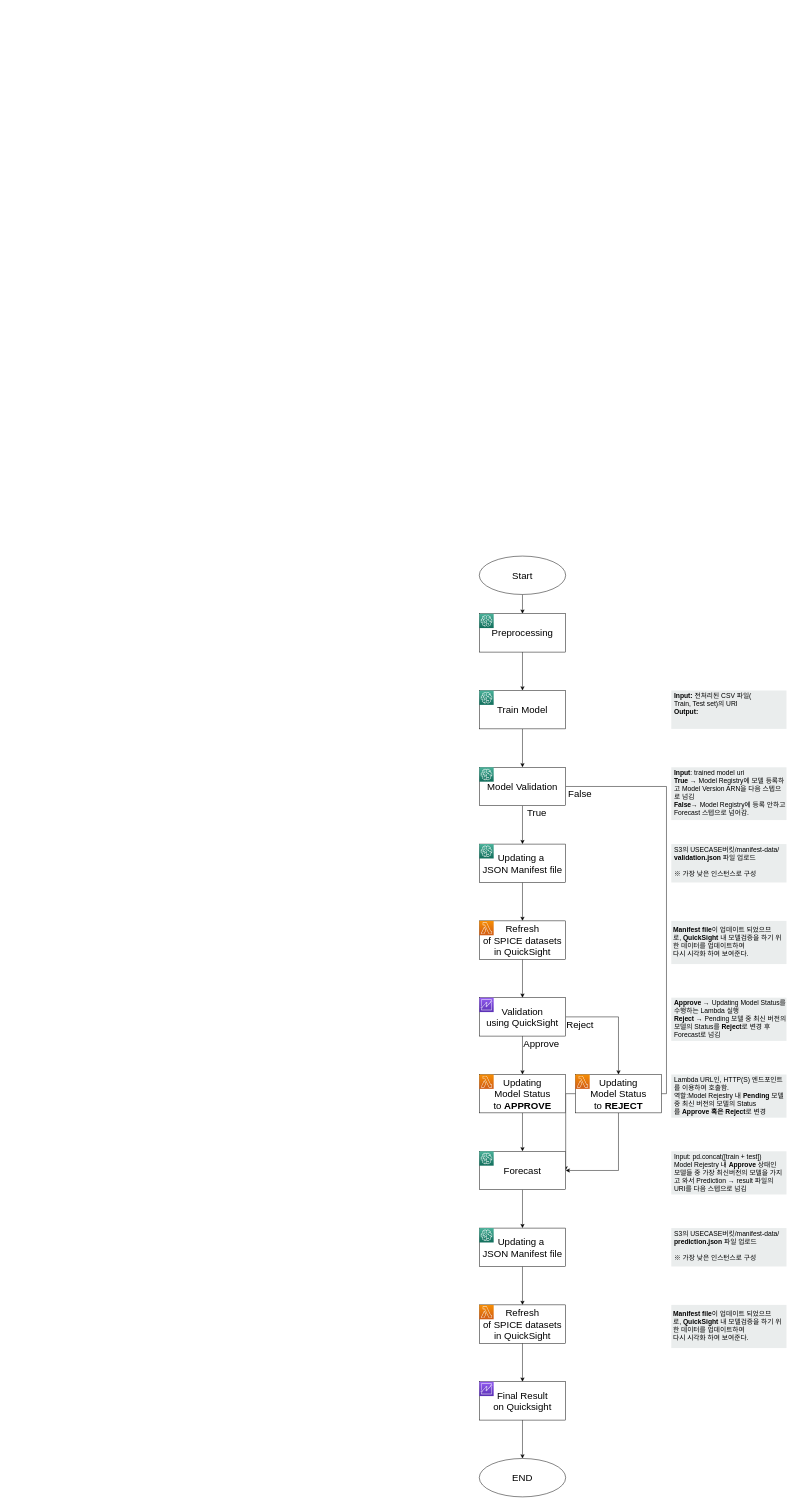
Above: page "Prediction Flow" (7 of 10) of Forecast Diagram.drawio in gwangjinjeong/System-Diagram (draw.io), before the change. Source tidied: cells renumbered, new cells numbered last; positions are measured from the earlier drawing's top-left corner, leaving out a move shared by most shapes. Both pictures are drawn from the tidied source at 48%, with x=0, y=0 at pixel (479, 556).
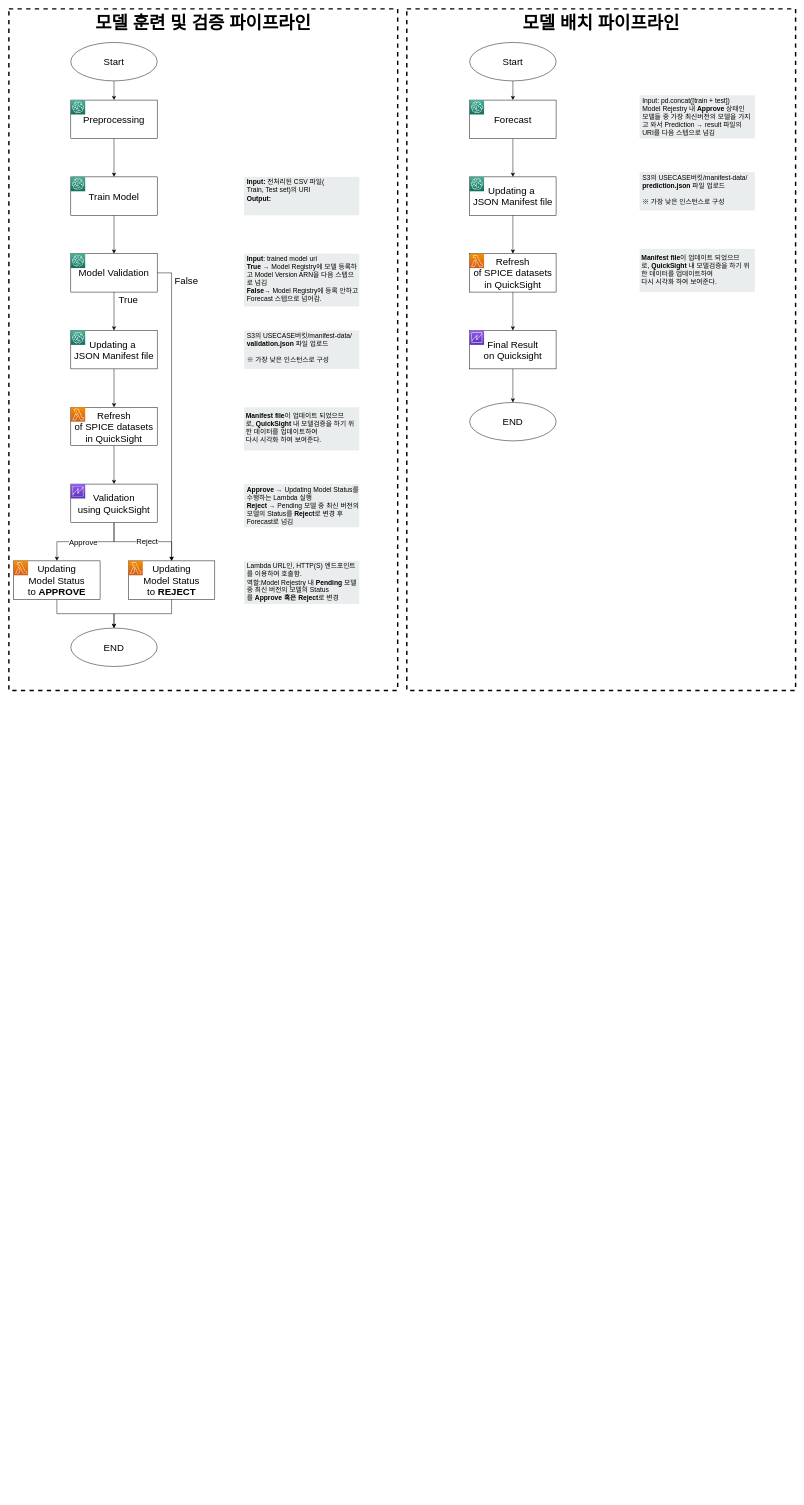
The same page after the edit.

Commit message:
Flow chart 수정

What changed in the source:
```diff
@@
+    <mxCell id="74" value="모델 배치 파이프라인" style="fillColor=none;strokeColor=#000000;dashed=1;verticalAlign=top;fontStyle=1;fontColor=#000000;fontSize=37;strokeWidth=3;" parent="1" vertex="1">
+      <mxGeometry x="-151" y="-1140" width="810" height="1420" as="geometry" />
+    </mxCell>
+    <mxCell id="75" value="모델 훈련 및 검증 파이프라인" style="fillColor=none;strokeColor=#000000;dashed=1;verticalAlign=top;fontStyle=1;fontColor=#000000;fontSize=37;strokeWidth=3;" parent="1" vertex="1">
+      <mxGeometry x="-980" y="-1140" width="810" height="1420" as="geometry" />
+    </mxCell>
@@
     <mxCell id="3" value="&lt;font style=&quot;font-size: 20px;&quot;&gt;Start&lt;/font&gt;" style="ellipse;whiteSpace=wrap;html=1;" parent="1" vertex="1">
-      <mxGeometry width="180" height="80" as="geometry" />
+      <mxGeometry x="-851" y="-1070" width="180" height="80" as="geometry" />
     </mxCell>
@@
     <mxCell id="5" value="&lt;font style=&quot;font-size: 20px;&quot;&gt;Preprocessing&lt;/font&gt;" style="rounded=0;whiteSpace=wrap;html=1;" parent="1" vertex="1">
-      <mxGeometry y="120" width="180" height="80" as="geometry" />
+      <mxGeometry x="-851" y="-950" width="180" height="80" as="geometry" />
     </mxCell>
     <mxCell id="6" style="sketch=0;fontColor=#232F3E;gradientColor=#4AB29A;gradientDirection=north;fillColor=#116D5B;strokeColor=#ffffff;dashed=0;verticalLabelPosition=bottom;verticalAlign=top;align=center;html=1;fontSize=12;fontStyle=0;shape=mxgraph.aws4.resourceIcon;resIcon=mxgraph.aws4.sagemaker;" parent="1" vertex="1">
-      <mxGeometry y="120" width="30" height="30" as="geometry" />
+      <mxGeometry x="-851" y="-950" width="30" height="30" as="geometry" />
     </mxCell>
@@
     <mxCell id="8" value="&lt;font style=&quot;font-size: 20px;&quot;&gt;Train Model&lt;/font&gt;" style="rounded=0;whiteSpace=wrap;html=1;" parent="1" vertex="1">
-      <mxGeometry y="280" width="180" height="80" as="geometry" />
+      <mxGeometry x="-851" y="-790" width="180" height="80" as="geometry" />
     </mxCell>
     <mxCell id="9" style="sketch=0;fontColor=#232F3E;gradientColor=#4AB29A;gradientDirection=north;fillColor=#116D5B;strokeColor=#ffffff;dashed=0;verticalLabelPosition=bottom;verticalAlign=top;align=center;html=1;fontSize=12;fontStyle=0;shape=mxgraph.aws4.resourceIcon;resIcon=mxgraph.aws4.sagemaker;" parent="1" vertex="1">
-      <mxGeometry y="280" width="30" height="30" as="geometry" />
+      <mxGeometry x="-851" y="-790" width="30" height="30" as="geometry" />
     </mxCell>
@@
-    <mxCell id="11" style="edgeStyle=orthogonalEdgeStyle;rounded=0;jettySize=auto;html=1;fontSize=20;entryX=1;entryY=0.5;entryDx=0;entryDy=0;" parent="1" edge="1" source="12" target="20">
-      <mxGeometry relative="1" as="geometry">
-        <Array as="points">
-          <mxPoint x="390" y="480" />
-          <mxPoint x="390" y="1120" />
-        </Array>
-      </mxGeometry>
-    </mxCell>
+    <mxCell id="76" style="edgeStyle=orthogonalEdgeStyle;rounded=0;jettySize=auto;html=1;exitX=1;exitY=0.5;exitDx=0;exitDy=0;entryX=0.5;entryY=0;entryDx=0;entryDy=0;fontSize=37;fontColor=#000000;" parent="1" edge="1" source="12" target="53">
+      <mxGeometry relative="1" as="geometry" />
+    </mxCell>
     <mxCell id="12" value="&lt;font style=&quot;font-size: 20px;&quot;&gt;Model Validation&lt;/font&gt;" style="rounded=0;whiteSpace=wrap;html=1;" parent="1" vertex="1">
-      <mxGeometry y="440" width="180" height="80" as="geometry" />
+      <mxGeometry x="-851" y="-630" width="180" height="80" as="geometry" />
     </mxCell>
     <mxCell id="13" style="sketch=0;fontColor=#232F3E;gradientColor=#4AB29A;gradientDirection=north;fillColor=#116D5B;strokeColor=#ffffff;dashed=0;verticalLabelPosition=bottom;verticalAlign=top;align=center;html=1;fontSize=12;fontStyle=0;shape=mxgraph.aws4.resourceIcon;resIcon=mxgraph.aws4.sagemaker;" parent="1" vertex="1">
-      <mxGeometry y="440" width="30" height="30" as="geometry" />
+      <mxGeometry x="-851" y="-630" width="30" height="30" as="geometry" />
     </mxCell>
@@
     <mxCell id="15" value="&lt;font style=&quot;font-size: 20px;&quot;&gt;Updating a&amp;nbsp;&lt;br&gt;JSON Manifest file&lt;br&gt;&lt;/font&gt;" style="rounded=0;whiteSpace=wrap;html=1;" parent="1" vertex="1">
-      <mxGeometry y="600" width="180" height="80" as="geometry" />
+      <mxGeometry x="-851" y="-470" width="180" height="80" as="geometry" />
     </mxCell>
-    <mxCell id="16" style="edgeStyle=orthogonalEdgeStyle;rounded=0;jettySize=auto;html=1;entryX=0.5;entryY=0;entryDx=0;entryDy=0;fontSize=20;" parent="1" edge="1" source="18" target="45">
-      <mxGeometry relative="1" as="geometry" />
+    <mxCell id="16" style="edgeStyle=orthogonalEdgeStyle;rounded=0;jettySize=auto;html=1;entryX=0.5;entryY=0;entryDx=0;entryDy=0;fontSize=20;startArrow=none;exitX=0.5;exitY=1;exitDx=0;exitDy=0;" parent="1" edge="1" source="18" target="45">
+      <mxGeometry relative="1" as="geometry">
+        <Array as="points">
+          <mxPoint x="-761" y="-30" />
+          <mxPoint x="-880" y="-30" />
+        </Array>
+      </mxGeometry>
     </mxCell>
+    <mxCell id="51" value="&lt;font style=&quot;font-size: 16px;&quot;&gt;Approve&lt;/font&gt;" style="edgeLabel;html=1;align=center;verticalAlign=middle;" parent="16" vertex="1">
+      <mxGeometry x="-0.2" relative="1" as="geometry">
+        <mxPoint x="-25" as="offset" />
+      </mxGeometry>
+    </mxCell>
-    <mxCell id="17" style="edgeStyle=orthogonalEdgeStyle;rounded=0;jettySize=auto;html=1;entryX=0.5;entryY=0;entryDx=0;entryDy=0;fontSize=20;" parent="1" edge="1" source="18" target="53">
+    <mxCell id="17" style="edgeStyle=orthogonalEdgeStyle;rounded=0;jettySize=auto;html=1;entryX=0.5;entryY=0;entryDx=0;entryDy=0;fontSize=20;startArrow=none;" parent="1" edge="1" source="18" target="53">
       <mxGeometry relative="1" as="geometry" />
     </mxCell>
+    <mxCell id="55" value="Reject" style="edgeLabel;html=1;align=center;verticalAlign=middle;fontSize=16;" parent="17" vertex="1">
+      <mxGeometry x="0.08" y="2" relative="1" as="geometry" />
+    </mxCell>
     <mxCell id="18" value="&lt;font style=&quot;font-size: 20px;&quot;&gt;Validation&lt;br&gt;using QuickSight&lt;br&gt;&lt;/font&gt;" style="rounded=0;whiteSpace=wrap;html=1;" parent="1" vertex="1">
-      <mxGeometry y="920" width="180" height="80" as="geometry" />
+      <mxGeometry x="-851" y="-150" width="180" height="80" as="geometry" />
     </mxCell>
@@
     <mxCell id="20" value="&lt;font style=&quot;font-size: 20px;&quot;&gt;Forecast&lt;br&gt;&lt;/font&gt;" style="rounded=0;whiteSpace=wrap;html=1;" parent="1" vertex="1">
-      <mxGeometry y="1240" width="180" height="80" as="geometry" />
+      <mxGeometry x="-20" y="-950" width="180" height="80" as="geometry" />
     </mxCell>
     <mxCell id="21" style="sketch=0;fontColor=#232F3E;gradientColor=#4AB29A;gradientDirection=north;fillColor=#116D5B;strokeColor=#ffffff;dashed=0;verticalLabelPosition=bottom;verticalAlign=top;align=center;html=1;fontSize=12;fontStyle=0;shape=mxgraph.aws4.resourceIcon;resIcon=mxgraph.aws4.sagemaker;" parent="1" vertex="1">
-      <mxGeometry y="1240" width="30" height="30" as="geometry" />
+      <mxGeometry x="-20" y="-950" width="30" height="30" as="geometry" />
     </mxCell>
@@
     <mxCell id="23" value="&lt;font style=&quot;font-size: 20px;&quot;&gt;Final Result&lt;br&gt;on Quicksight&lt;br&gt;&lt;/font&gt;" style="rounded=0;whiteSpace=wrap;html=1;" parent="1" vertex="1">
-      <mxGeometry y="1720" width="180" height="80" as="geometry" />
+      <mxGeometry x="-20" y="-470" width="180" height="80" as="geometry" />
     </mxCell>
     <mxCell id="24" value="&lt;font style=&quot;font-size: 20px;&quot;&gt;END&lt;/font&gt;" style="ellipse;whiteSpace=wrap;html=1;" parent="1" vertex="1">
-      <mxGeometry y="1880" width="180" height="80" as="geometry" />
+      <mxGeometry x="-20" y="-320" width="180" height="80" as="geometry" />
     </mxCell>
     <mxCell id="25" style="sketch=0;fontColor=#232F3E;gradientColor=#945DF2;gradientDirection=north;fillColor=#5A30B5;strokeColor=#ffffff;dashed=0;verticalLabelPosition=bottom;verticalAlign=top;align=center;html=1;fontSize=12;fontStyle=0;shape=mxgraph.aws4.resourceIcon;resIcon=mxgraph.aws4.quicksight;" parent="1" vertex="1">
-      <mxGeometry y="920" width="30" height="30" as="geometry" />
+      <mxGeometry x="-851" y="-150" width="30" height="30" as="geometry" />
     </mxCell>
     <mxCell id="26" style="sketch=0;fontColor=#232F3E;gradientColor=#945DF2;gradientDirection=north;fillColor=#5A30B5;strokeColor=#ffffff;dashed=0;verticalLabelPosition=bottom;verticalAlign=top;align=center;html=1;fontSize=12;fontStyle=0;shape=mxgraph.aws4.resourceIcon;resIcon=mxgraph.aws4.quicksight;" parent="1" vertex="1">
-      <mxGeometry y="1720" width="30" height="30" as="geometry" />
+      <mxGeometry x="-20" y="-470" width="30" height="30" as="geometry" />
     </mxCell>
     <mxCell id="27" value="True" style="text;html=1;strokeColor=none;fillColor=none;align=center;verticalAlign=middle;whiteSpace=wrap;rounded=0;fontSize=20;" parent="1" vertex="1">
-      <mxGeometry x="90" y="520" width="60" height="30" as="geometry" />
+      <mxGeometry x="-761" y="-550" width="60" height="30" as="geometry" />
     </mxCell>
     <mxCell id="28" style="group;" parent="1" vertex="1">
-      <mxGeometry x="400" y="280" width="240" height="80" as="geometry" />
+      <mxGeometry x="-490" y="-790" width="240" height="80" as="geometry" />
     </mxCell>
@@
     <mxCell id="31" value="False" style="text;html=1;strokeColor=none;fillColor=none;align=center;verticalAlign=middle;whiteSpace=wrap;rounded=0;fontSize=20;" parent="1" vertex="1">
-      <mxGeometry x="180" y="480" width="60" height="30" as="geometry" />
+      <mxGeometry x="-640" y="-590" width="60" height="30" as="geometry" />
     </mxCell>
     <mxCell id="32" style="group;" parent="1" vertex="1">
-      <mxGeometry x="400" y="440" width="240" height="110" as="geometry" />
+      <mxGeometry x="-490" y="-630" width="240" height="110" as="geometry" />
     </mxCell>
@@
     <mxCell id="35" style="group;" parent="1" vertex="1">
-      <mxGeometry x="400" y="600" width="240" height="80" as="geometry" />
+      <mxGeometry x="-490" y="-470" width="240" height="80" as="geometry" />
     </mxCell>
@@
     <mxCell id="38" style="group;" parent="1" vertex="1">
-      <mxGeometry x="400" y="920" width="240" height="90" as="geometry" />
+      <mxGeometry x="-490" y="-150" width="240" height="90" as="geometry" />
     </mxCell>
@@
     <mxCell id="41" style="group;" parent="1" vertex="1">
-      <mxGeometry x="400" y="1080" width="240" height="90" as="geometry" />
+      <mxGeometry x="-490" y="10" width="240" height="90" as="geometry" />
     </mxCell>
@@
-    <mxCell id="44" style="edgeStyle=orthogonalEdgeStyle;rounded=0;jettySize=auto;html=1;entryX=0.5;entryY=0;entryDx=0;entryDy=0;fontSize=20;" parent="1" edge="1" source="45" target="20">
-      <mxGeometry relative="1" as="geometry" />
-    </mxCell>
+    <mxCell id="77" style="edgeStyle=orthogonalEdgeStyle;rounded=0;jettySize=auto;html=1;exitX=0.5;exitY=1;exitDx=0;exitDy=0;" parent="1" edge="1" source="45" target="79">
+      <mxGeometry relative="1" as="geometry" />
+    </mxCell>
     <mxCell id="45" value="&lt;font style=&quot;font-size: 20px;&quot;&gt;Updating&lt;br&gt;Model Status&lt;br&gt;to &lt;b&gt;APPROVE&lt;/b&gt;&lt;br&gt;&lt;/font&gt;" style="rounded=0;whiteSpace=wrap;html=1;" parent="1" vertex="1">
-      <mxGeometry y="1080" width="180" height="80" as="geometry" />
+      <mxGeometry x="-970" y="10" width="180" height="80" as="geometry" />
     </mxCell>
     <mxCell id="46" style="sketch=0;fontColor=#232F3E;gradientColor=#F78E04;gradientDirection=north;fillColor=#D05C17;strokeColor=#ffffff;dashed=0;verticalLabelPosition=bottom;verticalAlign=top;align=center;html=1;fontSize=12;fontStyle=0;shape=mxgraph.aws4.resourceIcon;resIcon=mxgraph.aws4.lambda;" parent="1" vertex="1">
-      <mxGeometry y="1080" width="30" height="30" as="geometry" />
+      <mxGeometry x="-970" y="10" width="30" height="30" as="geometry" />
     </mxCell>
     <mxCell id="47" style="sketch=0;fontColor=#232F3E;gradientColor=#4AB29A;gradientDirection=north;fillColor=#116D5B;strokeColor=#ffffff;dashed=0;verticalLabelPosition=bottom;verticalAlign=top;align=center;html=1;fontSize=12;fontStyle=0;shape=mxgraph.aws4.resourceIcon;resIcon=mxgraph.aws4.sagemaker;" parent="1" vertex="1">
-      <mxGeometry y="600" width="30" height="30" as="geometry" />
+      <mxGeometry x="-851" y="-470" width="30" height="30" as="geometry" />
     </mxCell>
@@
     <mxCell id="49" value="&lt;font style=&quot;font-size: 20px;&quot;&gt;Updating a&amp;nbsp;&lt;br&gt;JSON Manifest file&lt;br&gt;&lt;/font&gt;" style="rounded=0;whiteSpace=wrap;html=1;" parent="1" vertex="1">
-      <mxGeometry y="1400" width="180" height="80" as="geometry" />
+      <mxGeometry x="-20" y="-790" width="180" height="80" as="geometry" />
     </mxCell>
     <mxCell id="50" style="sketch=0;fontColor=#232F3E;gradientColor=#4AB29A;gradientDirection=north;fillColor=#116D5B;strokeColor=#ffffff;dashed=0;verticalLabelPosition=bottom;verticalAlign=top;align=center;html=1;fontSize=12;fontStyle=0;shape=mxgraph.aws4.resourceIcon;resIcon=mxgraph.aws4.sagemaker;" parent="1" vertex="1">
-      <mxGeometry y="1400" width="30" height="30" as="geometry" />
+      <mxGeometry x="-20" y="-790" width="30" height="30" as="geometry" />
     </mxCell>
-    <mxCell id="51" value="Approve" style="text;html=1;strokeColor=none;fillColor=none;align=center;verticalAlign=middle;whiteSpace=wrap;rounded=0;fontSize=20;" parent="1" vertex="1">
-      <mxGeometry x="90" y="1000" width="79" height="30" as="geometry" />
-    </mxCell>
-    <mxCell id="52" style="edgeStyle=orthogonalEdgeStyle;rounded=0;jettySize=auto;html=1;exitX=0.5;exitY=1;exitDx=0;exitDy=0;entryX=1;entryY=0.5;entryDx=0;entryDy=0;fontSize=20;" parent="1" edge="1" source="53" target="20">
-      <mxGeometry relative="1" as="geometry" />
-    </mxCell>
+    <mxCell id="78" style="edgeStyle=orthogonalEdgeStyle;rounded=0;jettySize=auto;html=1;exitX=0.5;exitY=1;exitDx=0;exitDy=0;" parent="1" edge="1" source="53" target="79">
+      <mxGeometry relative="1" as="geometry" />
+    </mxCell>
     <mxCell id="53" value="&lt;font style=&quot;font-size: 20px;&quot;&gt;Updating&lt;br style=&quot;border-color: var(--border-color);&quot;&gt;Model Status&lt;br style=&quot;border-color: var(--border-color);&quot;&gt;to&amp;nbsp;&lt;b&gt;REJECT&lt;/b&gt;&lt;br&gt;&lt;/font&gt;" style="rounded=0;whiteSpace=wrap;html=1;" parent="1" vertex="1">
-      <mxGeometry x="200" y="1080" width="180" height="80" as="geometry" />
+      <mxGeometry x="-731" y="10" width="180" height="80" as="geometry" />
     </mxCell>
     <mxCell id="54" style="sketch=0;fontColor=#232F3E;gradientColor=#F78E04;gradientDirection=north;fillColor=#D05C17;strokeColor=#ffffff;dashed=0;verticalLabelPosition=bottom;verticalAlign=top;align=center;html=1;fontSize=12;fontStyle=0;shape=mxgraph.aws4.resourceIcon;resIcon=mxgraph.aws4.lambda;" parent="1" vertex="1">
-      <mxGeometry x="200" y="1080" width="30" height="30" as="geometry" />
+      <mxGeometry x="-731" y="10" width="30" height="30" as="geometry" />
     </mxCell>
-    <mxCell id="55" value="Reject" style="text;html=1;strokeColor=none;fillColor=none;align=center;verticalAlign=middle;whiteSpace=wrap;rounded=0;fontSize=20;" parent="1" vertex="1">
-      <mxGeometry x="180" y="960" width="60" height="30" as="geometry" />
-    </mxCell>
     <mxCell id="56" style="group;" parent="1" vertex="1">
-      <mxGeometry x="400" y="1240" width="240" height="90" as="geometry" />
+      <mxGeometry x="334" y="-960" width="240" height="90" as="geometry" />
     </mxCell>
@@
     <mxCell id="59" style="group;" parent="1" vertex="1">
-      <mxGeometry x="400" y="1400" width="240" height="80" as="geometry" />
+      <mxGeometry x="334" y="-800" width="240" height="80" as="geometry" />
     </mxCell>
@@
     <mxCell id="63" value="&lt;font style=&quot;font-size: 20px;&quot;&gt;Refresh &lt;br&gt;of SPICE datasets &lt;br&gt;in QuickSight&lt;br&gt;&lt;/font&gt;" style="rounded=0;whiteSpace=wrap;html=1;" parent="1" vertex="1">
-      <mxGeometry y="760" width="180" height="80" as="geometry" />
+      <mxGeometry x="-851" y="-310" width="180" height="80" as="geometry" />
     </mxCell>
     <mxCell id="64" style="sketch=0;fontColor=#232F3E;gradientColor=#F78E04;gradientDirection=north;fillColor=#D05C17;strokeColor=#ffffff;dashed=0;verticalLabelPosition=bottom;verticalAlign=top;align=center;html=1;fontSize=12;fontStyle=0;shape=mxgraph.aws4.resourceIcon;resIcon=mxgraph.aws4.lambda;" parent="1" vertex="1">
-      <mxGeometry y="760" width="30" height="30" as="geometry" />
+      <mxGeometry x="-851" y="-310" width="30" height="30" as="geometry" />
     </mxCell>
     <mxCell id="65" style="group;verticalAlign=middle;" parent="1" vertex="1">
-      <mxGeometry x="400" y="760" width="240" height="90" as="geometry" />
+      <mxGeometry x="-490" y="-310" width="240" height="90" as="geometry" />
     </mxCell>
@@
     <mxCell id="69" value="&lt;font style=&quot;font-size: 20px;&quot;&gt;Refresh &lt;br&gt;of SPICE datasets &lt;br&gt;in QuickSight&lt;br&gt;&lt;/font&gt;" style="rounded=0;whiteSpace=wrap;html=1;" parent="1" vertex="1">
-      <mxGeometry y="1560" width="180" height="80" as="geometry" />
+      <mxGeometry x="-20" y="-630" width="180" height="80" as="geometry" />
     </mxCell>
     <mxCell id="70" style="sketch=0;fontColor=#232F3E;gradientColor=#F78E04;gradientDirection=north;fillColor=#D05C17;strokeColor=#ffffff;dashed=0;verticalLabelPosition=bottom;verticalAlign=top;align=center;html=1;fontSize=12;fontStyle=0;shape=mxgraph.aws4.resourceIcon;resIcon=mxgraph.aws4.lambda;" parent="1" vertex="1">
-      <mxGeometry y="1560" width="30" height="30" as="geometry" />
+      <mxGeometry x="-20" y="-630" width="30" height="30" as="geometry" />
     </mxCell>
     <mxCell id="71" style="group;verticalAlign=middle;" parent="1" vertex="1">
-      <mxGeometry x="400" y="1560" width="240" height="90" as="geometry" />
+      <mxGeometry x="334" y="-640" width="240" height="90" as="geometry" />
     </mxCell>
@@
+    <mxCell id="79" value="&lt;font style=&quot;font-size: 20px;&quot;&gt;END&lt;/font&gt;" style="ellipse;whiteSpace=wrap;html=1;" parent="1" vertex="1">
+      <mxGeometry x="-851" y="150" width="180" height="80" as="geometry" />
+    </mxCell>
+    <mxCell id="80" style="edgeStyle=orthogonalEdgeStyle;rounded=0;jettySize=auto;html=1;fontSize=37;fontColor=#000000;entryX=0.5;entryY=0;entryDx=0;entryDy=0;" parent="1" edge="1" source="81" target="20">
+      <mxGeometry relative="1" as="geometry" />
+    </mxCell>
+    <mxCell id="81" value="&lt;font style=&quot;font-size: 20px;&quot;&gt;Start&lt;/font&gt;" style="ellipse;whiteSpace=wrap;html=1;" parent="1" vertex="1">
+      <mxGeometry x="-20" y="-1070" width="180" height="80" as="geometry" />
+    </mxCell>
```
